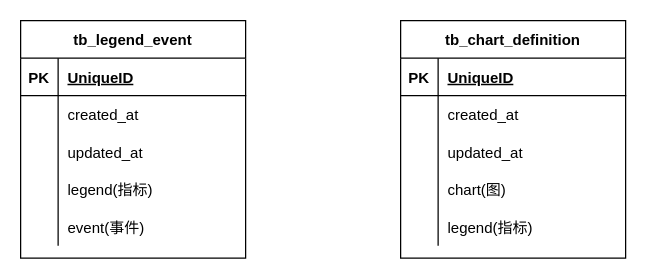
Before: bop_company_report.drawio in sunday-out/draw_io, a draw.io diagram. Source tidied: cells renumbered, new cells numbered last; positions are measured from the earlier drawing's top-left corner, leaving out a move shared by most shapes. Both pictures are drawn from the tidied source at 125%, with x=0, y=0 at pixel (20, 20).
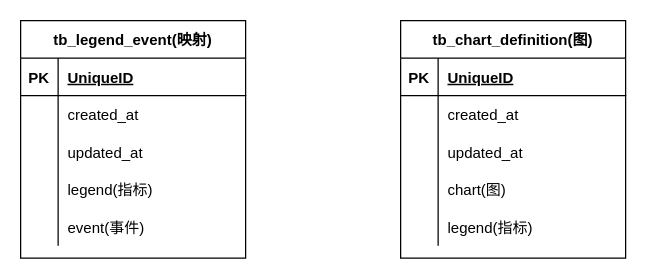
The same diagram, later.

Diff of the diagram source:
```diff
@@
-    <mxCell id="2" value="tb_legend_event" style="shape=table;startSize=30;childLayout=tableLayout;rowLines=0;fontStyle=1;align=center;" parent="1" vertex="1">
+    <mxCell id="2" value="tb_legend_event(映射)" style="shape=table;startSize=30;childLayout=tableLayout;rowLines=0;fontStyle=1;align=center;" parent="1" vertex="1">
       <mxGeometry width="180" height="190" as="geometry" />
     </mxCell>
@@
-    <mxCell id="18" value="tb_chart_definition" style="shape=table;startSize=30;childLayout=tableLayout;rowLines=0;fontStyle=1;align=center;" parent="1" vertex="1">
+    <mxCell id="18" value="tb_chart_definition(图)" style="shape=table;startSize=30;childLayout=tableLayout;rowLines=0;fontStyle=1;align=center;" parent="1" vertex="1">
       <mxGeometry x="304" width="180" height="190" as="geometry" />
     </mxCell>
```
